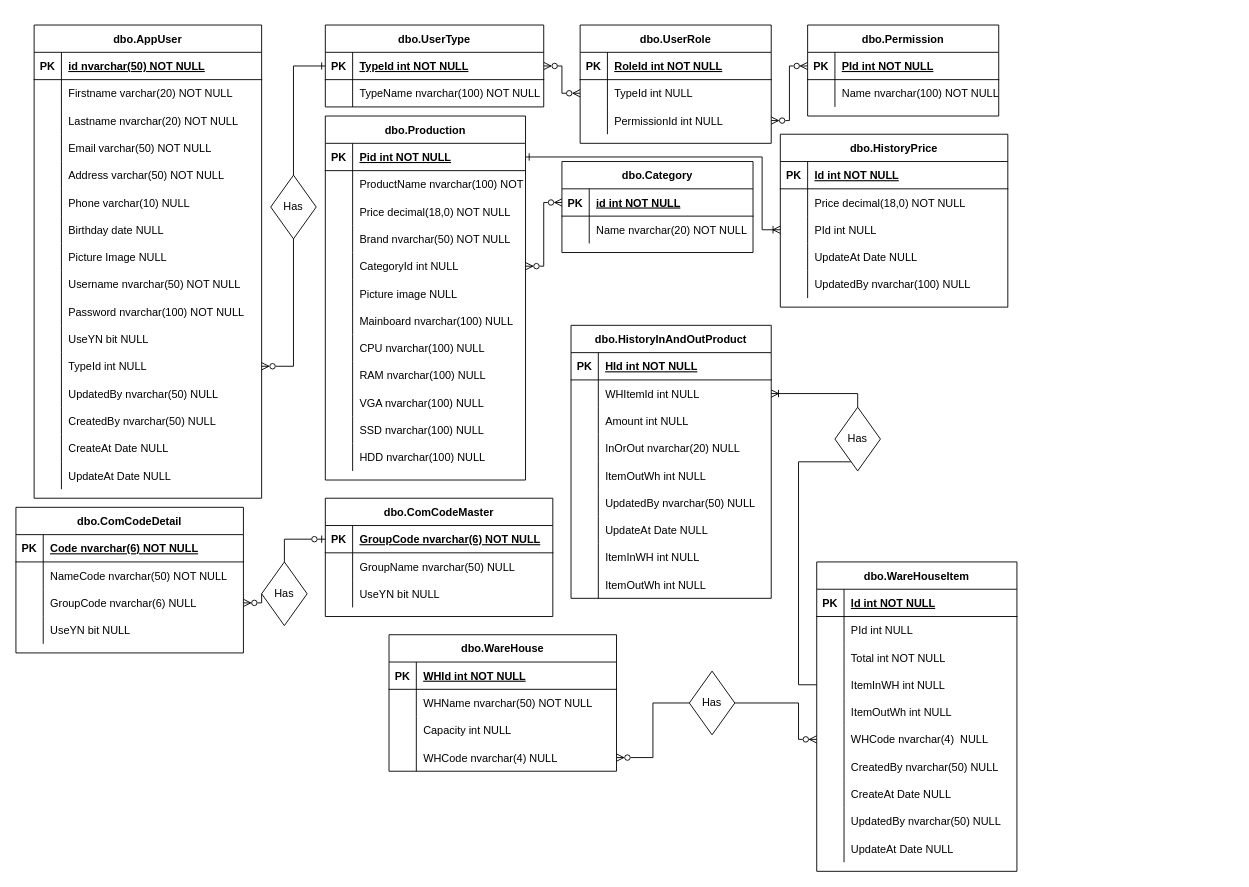
Earlier version of the draw.io diagram Untitled Diagram.drawio (danblue3/test). Source tidied: cells renumbered, new cells numbered last; positions are measured from the earlier drawing's top-left corner, leaving out a move shared by most shapes. Both pictures are drawn from the tidied source at 91%, with x=0, y=0 at pixel (15, 25).
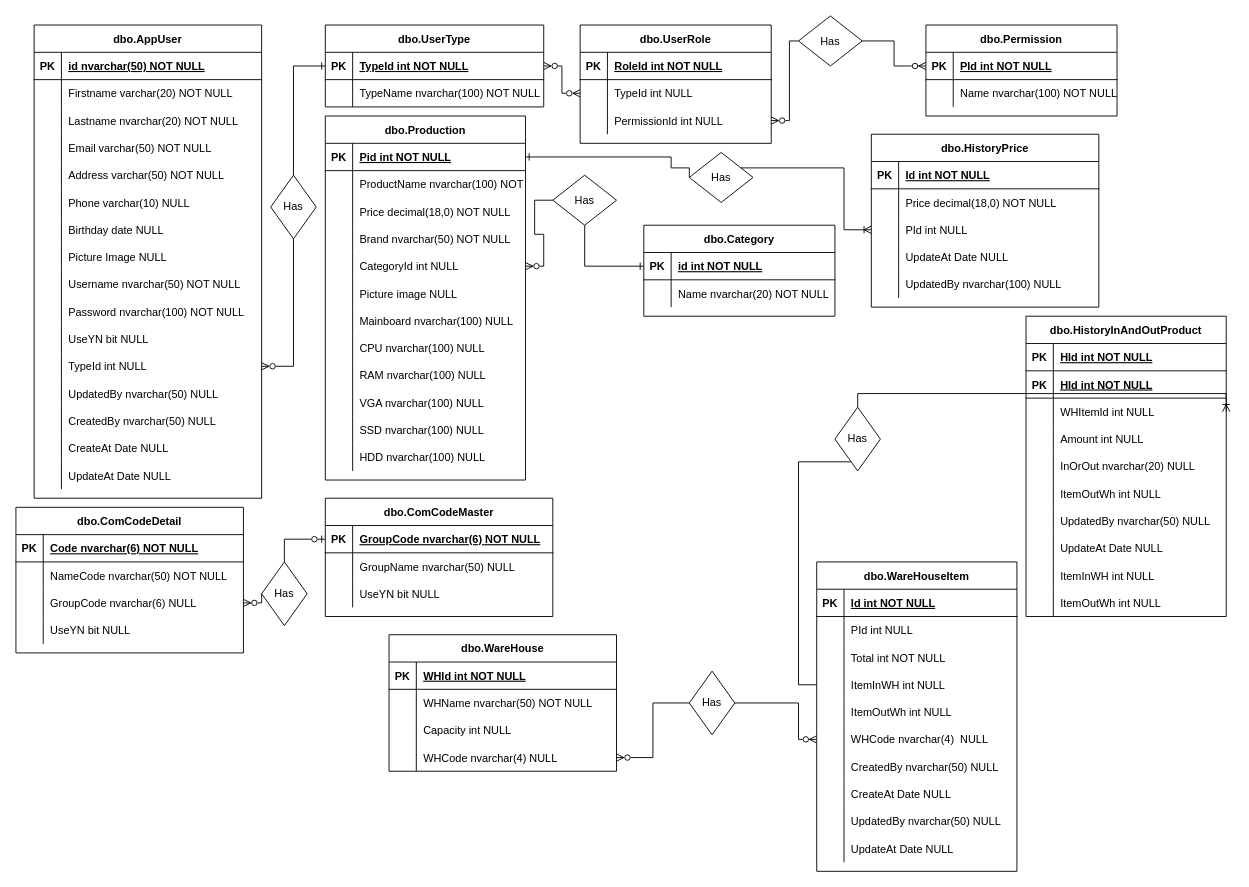
Above is the later version.

Unchanged cells that the change refers to:
```xml
<mxCell id="3" style="shape=partialRectangle;fillColor=none;points=[[0,0.5],[1,0.5]];portConstraint=eastwest;top=0;left=0;right=0;bottom=1;" parent="2" vertex="1">
  <mxGeometry y="30" width="210" height="30" as="geometry" />
</mxCell>
<mxCell id="71" style="shape=partialRectangle;fillColor=none;points=[[0,0.5],[1,0.5]];portConstraint=eastwest;top=0;left=0;right=0;bottom=1;" parent="70" vertex="1">
  <mxGeometry y="30" width="220" height="30" as="geometry" />
</mxCell>
<mxCell id="83" style="shape=partialRectangle;fillColor=none;points=[[0,0.5],[1,0.5]];portConstraint=eastwest;top=0;left=0;right=0;bottom=0;" parent="70" vertex="1">
  <mxGeometry y="150" width="220" height="30" as="geometry" />
</mxCell>
<mxCell id="108" style="shape=partialRectangle;fillColor=none;points=[[0,0.5],[1,0.5]];portConstraint=eastwest;top=0;left=0;right=0;bottom=1;" parent="107" vertex="1">
  <mxGeometry y="30" width="210" height="30" as="geometry" />
</mxCell>
<mxCell id="128" style="shape=partialRectangle;fillColor=none;points=[[0,0.5],[1,0.5]];portConstraint=eastwest;top=0;left=0;right=0;bottom=0;" parent="121" vertex="1">
  <mxGeometry y="90" width="210" height="30" as="geometry" />
</mxCell>
<mxCell id="165" style="shape=partialRectangle;fillColor=none;points=[[0,0.5],[1,0.5]];portConstraint=eastwest;top=0;left=0;right=0;bottom=0;" parent="158" vertex="1">
  <mxGeometry y="90" width="250" height="30" as="geometry" />
</mxCell>
```

Diff of the diagram source:
```diff
@@
     <mxCell id="2" value="dbo.Category" style="shape=table;startSize=30;childLayout=tableLayout;rowLines=0;fontStyle=1;align=center;" parent="1" vertex="1">
-      <mxGeometry x="600" y="150" width="210" height="100" as="geometry" />
+      <mxGeometry x="690" y="220" width="210" height="100" as="geometry" />
     </mxCell>
@@
     <mxCell id="107" value="dbo.Permission" style="shape=table;startSize=30;childLayout=tableLayout;rowLines=0;fontStyle=1;align=center;" parent="1" vertex="1">
-      <mxGeometry x="870" width="210" height="100" as="geometry" />
+      <mxGeometry x="1000" width="210" height="100" as="geometry" />
     </mxCell>
@@
-    <mxCell id="157" style="edgeStyle=orthogonalEdgeStyle;rounded=0;jettySize=auto;html=1;startArrow=ERoneToMany;startFill=0;endArrow=ERone;endFill=0;entryX=1;entryY=0.5;entryDx=0;entryDy=0;exitX=0;exitY=0.5;exitDx=0;exitDy=0;" parent="1" edge="1" source="165" target="71">
+    <mxCell id="157" style="edgeStyle=orthogonalEdgeStyle;rounded=0;jettySize=auto;html=1;startArrow=none;startFill=0;endArrow=ERone;endFill=0;entryX=1;entryY=0.5;entryDx=0;entryDy=0;exitX=0;exitY=0.5;exitDx=0;exitDy=0;" parent="1" edge="1" source="252" target="71">
       <mxGeometry relative="1" as="geometry">
         <Array as="points">
-          <mxPoint x="820" y="225" />
-          <mxPoint x="820" y="145" />
+          <mxPoint x="720" y="157" />
+          <mxPoint x="720" y="145" />
         </Array>
       </mxGeometry>
     </mxCell>
     <mxCell id="158" value="dbo.HistoryPrice" style="shape=table;startSize=30;childLayout=tableLayout;rowLines=0;fontStyle=1;align=center;" parent="1" vertex="1">
-      <mxGeometry x="840" y="120" width="250" height="190" as="geometry" />
+      <mxGeometry x="940" y="120" width="250" height="190" as="geometry" />
     </mxCell>
@@
     <mxCell id="206" value="dbo.HistoryInAndOutProduct" style="shape=table;startSize=30;childLayout=tableLayout;rowLines=0;fontStyle=1;align=center;" parent="1" vertex="1">
-      <mxGeometry x="610" y="330" width="220" height="300" as="geometry" />
+      <mxGeometry x="1110" y="320" width="220" height="330" as="geometry" />
     </mxCell>
+    <mxCell id="246" style="shape=partialRectangle;fillColor=none;top=0;left=0;right=0;bottom=1;" parent="206" vertex="1">
+      <mxGeometry y="30" width="220" height="30" as="geometry" />
+    </mxCell>
+    <mxCell id="247" value="PK" style="shape=partialRectangle;overflow=hidden;fillColor=none;top=0;left=0;bottom=0;right=0;fontStyle=1;" parent="246" vertex="1">
+      <mxGeometry width="30" height="30" as="geometry" />
+    </mxCell>
+    <mxCell id="248" value="HId int NOT NULL " style="shape=partialRectangle;overflow=hidden;fillColor=none;top=0;left=0;bottom=0;right=0;align=left;spacingLeft=6;fontStyle=5;" parent="246" vertex="1">
+      <mxGeometry x="30" width="190" height="30" as="geometry" />
+    </mxCell>
     <mxCell id="207" style="shape=partialRectangle;fillColor=none;top=0;left=0;right=0;bottom=1;" parent="206" vertex="1">
-      <mxGeometry y="30" width="220" height="30" as="geometry" />
+      <mxGeometry y="60" width="220" height="30" as="geometry" />
     </mxCell>
@@
     <mxCell id="210" style="shape=partialRectangle;fillColor=none;points=[[0,0.5],[1,0.5]];portConstraint=eastwest;top=0;left=0;right=0;bottom=0;" parent="206" vertex="1">
-      <mxGeometry y="60" width="220" height="30" as="geometry" />
+      <mxGeometry y="90" width="220" height="30" as="geometry" />
     </mxCell>
@@
     <mxCell id="213" style="shape=partialRectangle;fillColor=none;top=0;left=0;right=0;bottom=0;" parent="206" vertex="1">
-      <mxGeometry y="90" width="220" height="30" as="geometry" />
+      <mxGeometry y="120" width="220" height="30" as="geometry" />
     </mxCell>
@@
     <mxCell id="216" style="shape=partialRectangle;fillColor=none;top=0;left=0;right=0;bottom=0;" parent="206" vertex="1">
-      <mxGeometry y="120" width="220" height="30" as="geometry" />
+      <mxGeometry y="150" width="220" height="30" as="geometry" />
     </mxCell>
@@
     <mxCell id="219" style="shape=partialRectangle;fillColor=none;top=0;left=0;right=0;bottom=0;" parent="206" vertex="1">
-      <mxGeometry y="150" width="220" height="30" as="geometry" />
+      <mxGeometry y="180" width="220" height="30" as="geometry" />
     </mxCell>
@@
     <mxCell id="222" style="shape=partialRectangle;fillColor=none;top=0;left=0;right=0;bottom=0;" parent="206" vertex="1">
-      <mxGeometry y="180" width="220" height="30" as="geometry" />
+      <mxGeometry y="210" width="220" height="30" as="geometry" />
     </mxCell>
@@
     <mxCell id="225" style="shape=partialRectangle;fillColor=none;top=0;left=0;right=0;bottom=0;" parent="206" vertex="1">
-      <mxGeometry y="210" width="220" height="30" as="geometry" />
+      <mxGeometry y="240" width="220" height="30" as="geometry" />
     </mxCell>
@@
     <mxCell id="228" style="shape=partialRectangle;fillColor=none;top=0;left=0;right=0;bottom=0;" parent="206" vertex="1">
-      <mxGeometry y="240" width="220" height="30" as="geometry" />
+      <mxGeometry y="270" width="220" height="30" as="geometry" />
     </mxCell>
@@
     <mxCell id="231" style="shape=partialRectangle;fillColor=none;top=0;left=0;right=0;bottom=0;" parent="206" vertex="1">
-      <mxGeometry y="270" width="220" height="30" as="geometry" />
+      <mxGeometry y="300" width="220" height="30" as="geometry" />
     </mxCell>
@@
-    <mxCell id="235" style="edgeStyle=orthogonalEdgeStyle;rounded=0;jettySize=auto;html=1;startArrow=ERzeroToMany;startFill=0;endArrow=ERzeroToMany;endFill=0;" parent="1" edge="1" source="128" target="108">
-      <mxGeometry relative="1" as="geometry" />
+    <mxCell id="235" style="edgeStyle=orthogonalEdgeStyle;rounded=0;jettySize=auto;html=1;startArrow=ERzeroToMany;startFill=0;endArrow=none;endFill=0;entryX=0;entryY=0.5;entryDx=0;entryDy=0;" parent="1" edge="1" source="128" target="254">
+      <mxGeometry relative="1" as="geometry">
+        <Array as="points">
+          <mxPoint x="850" y="105" />
+          <mxPoint x="850" y="17" />
+        </Array>
+      </mxGeometry>
     </mxCell>
-    <mxCell id="236" style="edgeStyle=orthogonalEdgeStyle;rounded=0;jettySize=auto;html=1;entryX=0;entryY=0.5;entryDx=0;entryDy=0;startArrow=ERzeroToMany;startFill=0;endArrow=ERzeroToMany;endFill=0;" parent="1" edge="1" source="83" target="3">
+    <mxCell id="236" style="edgeStyle=orthogonalEdgeStyle;rounded=0;jettySize=auto;html=1;entryX=0;entryY=0.5;entryDx=0;entryDy=0;startArrow=ERzeroToMany;startFill=0;endArrow=none;endFill=0;" parent="1" edge="1" source="83" target="250">
       <mxGeometry relative="1" as="geometry" />
     </mxCell>
@@
+    <mxCell id="249" style="edgeStyle=orthogonalEdgeStyle;rounded=0;jettySize=auto;html=1;entryX=0;entryY=0.5;entryDx=0;entryDy=0;endArrow=ERone;endFill=0;" parent="1" edge="1" source="250" target="3">
+      <mxGeometry relative="1" as="geometry" />
+    </mxCell>
+    <mxCell id="250" value="Has" style="rhombus;whiteSpace=wrap;html=1;" parent="1" vertex="1">
+      <mxGeometry x="590" y="165" width="70" height="55" as="geometry" />
+    </mxCell>
+    <mxCell id="251" style="edgeStyle=orthogonalEdgeStyle;rounded=0;jettySize=auto;html=1;entryX=0;entryY=0.5;entryDx=0;entryDy=0;endArrow=ERoneToMany;endFill=0;" parent="1" edge="1" source="252" target="165">
+      <mxGeometry relative="1" as="geometry">
+        <Array as="points">
+          <mxPoint x="910" y="157" />
+          <mxPoint x="910" y="225" />
+        </Array>
+      </mxGeometry>
+    </mxCell>
+    <mxCell id="252" value="Has" style="rhombus;whiteSpace=wrap;html=1;" parent="1" vertex="1">
+      <mxGeometry x="740" y="140" width="70" height="55" as="geometry" />
+    </mxCell>
+    <mxCell id="253" style="edgeStyle=orthogonalEdgeStyle;rounded=0;jettySize=auto;html=1;entryX=0;entryY=0.5;entryDx=0;entryDy=0;startArrow=none;startFill=0;endArrow=ERzeroToMany;endFill=0;" parent="1" edge="1" source="254" target="108">
+      <mxGeometry relative="1" as="geometry" />
+    </mxCell>
+    <mxCell id="254" value="Has" style="rhombus;whiteSpace=wrap;html=1;" parent="1" vertex="1">
+      <mxGeometry x="860" y="-10" width="70" height="55" as="geometry" />
+    </mxCell>
```
